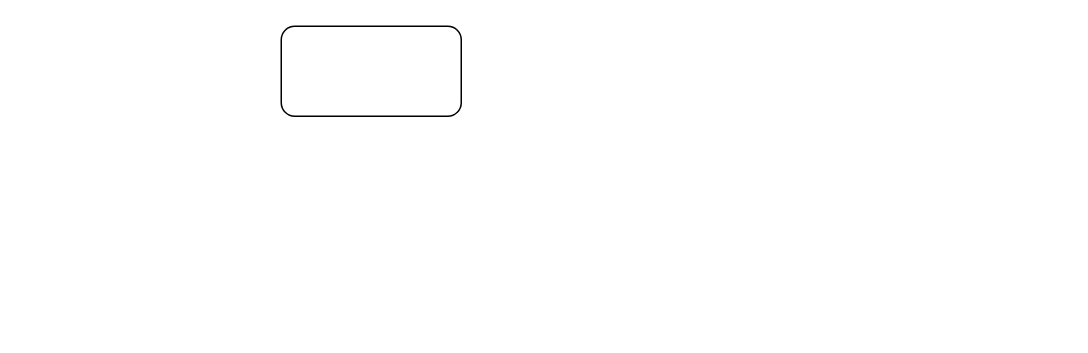
Earlier version of the draw.io diagram page "install singularity" (1 of 3) of Fig_CS/Figuure-Factory.drawio (jizhang02/Figure-Factory). Source tidied: cells renumbered, new cells numbered last; positions are measured from the earlier drawing's top-left corner, leaving out a move shared by most shapes. Both pictures are drawn from the tidied source at 150%, with x=0, y=0 at pixel (280, 26).
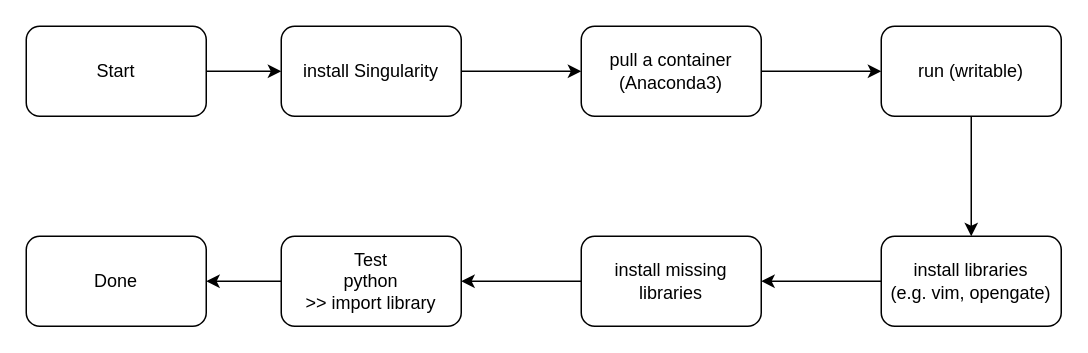
After the change.

Diff of the diagram source:
```diff
@@
 <mxGraphModel>
   <root>
     <mxCell id="0" />
     <mxCell id="1" parent="0" />
+    <mxCell id="3" style="edgeStyle=orthogonalEdgeStyle;rounded=0;jettySize=auto;html=1;" parent="1" edge="1" source="2" target="5">
+      <mxGeometry relative="1" as="geometry" />
+    </mxCell>
-    <mxCell id="2" style="rounded=1;whiteSpace=wrap;html=1;" parent="1" vertex="1">
+    <mxCell id="2" value="install Singularity" style="rounded=1;whiteSpace=wrap;html=1;" parent="1" vertex="1">
       <mxGeometry width="120" height="60" as="geometry" />
     </mxCell>
+    <mxCell id="4" style="edgeStyle=orthogonalEdgeStyle;rounded=0;jettySize=auto;html=1;" parent="1" edge="1" source="5" target="7">
+      <mxGeometry relative="1" as="geometry" />
+    </mxCell>
+    <mxCell id="5" value="pull a container&lt;br&gt;(Anaconda3)" style="rounded=1;whiteSpace=wrap;html=1;" parent="1" vertex="1">
+      <mxGeometry x="200" width="120" height="60" as="geometry" />
+    </mxCell>
+    <mxCell id="6" style="edgeStyle=orthogonalEdgeStyle;rounded=0;jettySize=auto;html=1;" parent="1" edge="1" source="7" target="9">
+      <mxGeometry relative="1" as="geometry" />
+    </mxCell>
+    <mxCell id="7" value="run (writable)" style="rounded=1;whiteSpace=wrap;html=1;" parent="1" vertex="1">
+      <mxGeometry x="400" width="120" height="60" as="geometry" />
+    </mxCell>
+    <mxCell id="8" style="edgeStyle=orthogonalEdgeStyle;rounded=0;jettySize=auto;html=1;" parent="1" edge="1" source="9" target="11">
+      <mxGeometry relative="1" as="geometry" />
+    </mxCell>
+    <mxCell id="9" value="install libraries&lt;br&gt;(e.g. vim, opengate)" style="rounded=1;whiteSpace=wrap;html=1;" parent="1" vertex="1">
+      <mxGeometry x="400" y="140" width="120" height="60" as="geometry" />
+    </mxCell>
+    <mxCell id="10" style="edgeStyle=orthogonalEdgeStyle;rounded=0;jettySize=auto;html=1;" parent="1" edge="1" source="11" target="13">
+      <mxGeometry relative="1" as="geometry" />
+    </mxCell>
+    <mxCell id="11" value="install missing libraries" style="rounded=1;whiteSpace=wrap;html=1;" parent="1" vertex="1">
+      <mxGeometry x="200" y="140" width="120" height="60" as="geometry" />
+    </mxCell>
+    <mxCell id="12" style="edgeStyle=orthogonalEdgeStyle;rounded=0;jettySize=auto;html=1;" parent="1" edge="1" source="13" target="14">
+      <mxGeometry relative="1" as="geometry" />
+    </mxCell>
+    <mxCell id="13" value="Test&lt;br&gt;python&lt;br&gt;&amp;gt;&amp;gt; import library" style="whiteSpace=wrap;html=1;rounded=1;" parent="1" vertex="1">
+      <mxGeometry y="140" width="120" height="60" as="geometry" />
+    </mxCell>
+    <mxCell id="14" value="Done" style="whiteSpace=wrap;html=1;rounded=1;" parent="1" vertex="1">
+      <mxGeometry x="-170" y="140" width="120" height="60" as="geometry" />
+    </mxCell>
+    <mxCell id="15" style="edgeStyle=orthogonalEdgeStyle;rounded=0;jettySize=auto;html=1;" parent="1" edge="1" source="16" target="2">
+      <mxGeometry relative="1" as="geometry" />
+    </mxCell>
+    <mxCell id="16" value="Start" style="whiteSpace=wrap;html=1;rounded=1;" parent="1" vertex="1">
+      <mxGeometry x="-170" width="120" height="60" as="geometry" />
+    </mxCell>
   </root>
 </mxGraphModel>
```
